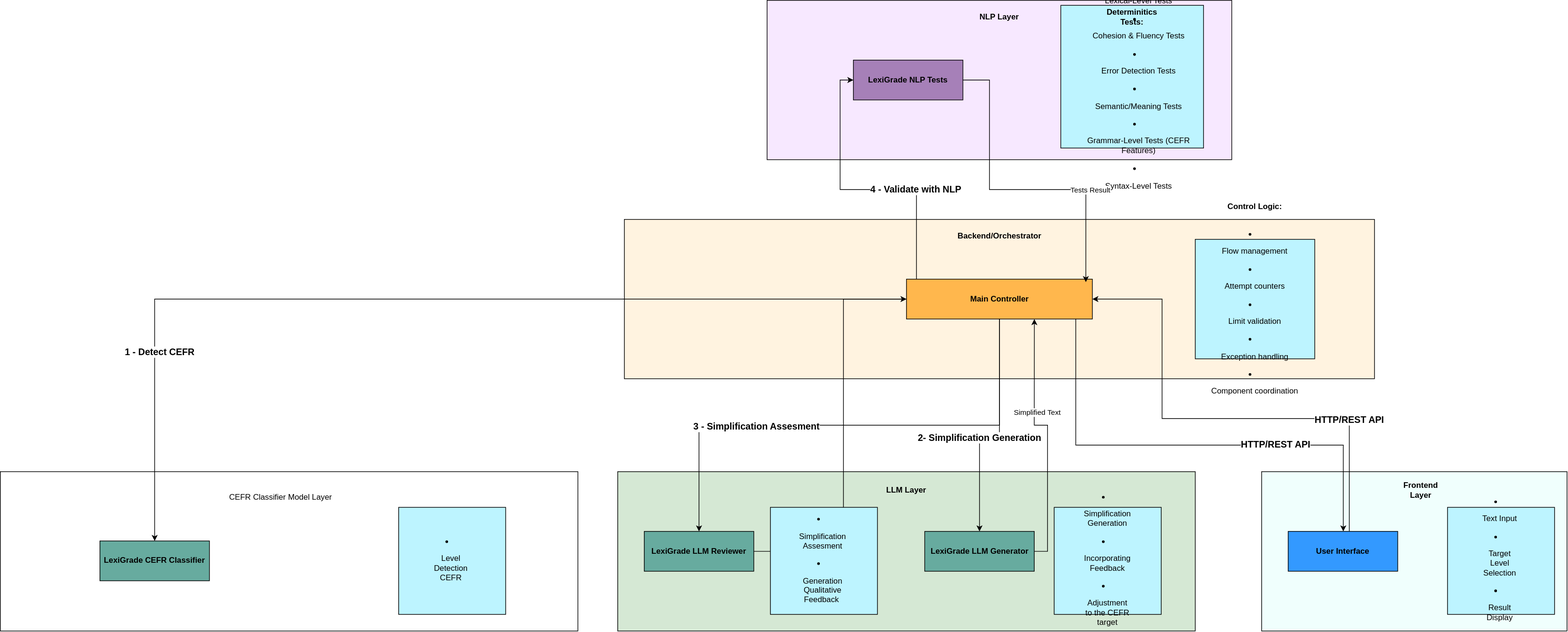
This is docs/architecture/lexigrade_components.drawio.svg from Lexi-Grade/lexigrade-app, a draw.io export, as it was before one commit. Source tidied: cells renumbered, new cells last; positions are measured from the earlier drawing's top-left corner, leaving out a move shared by most shapes.
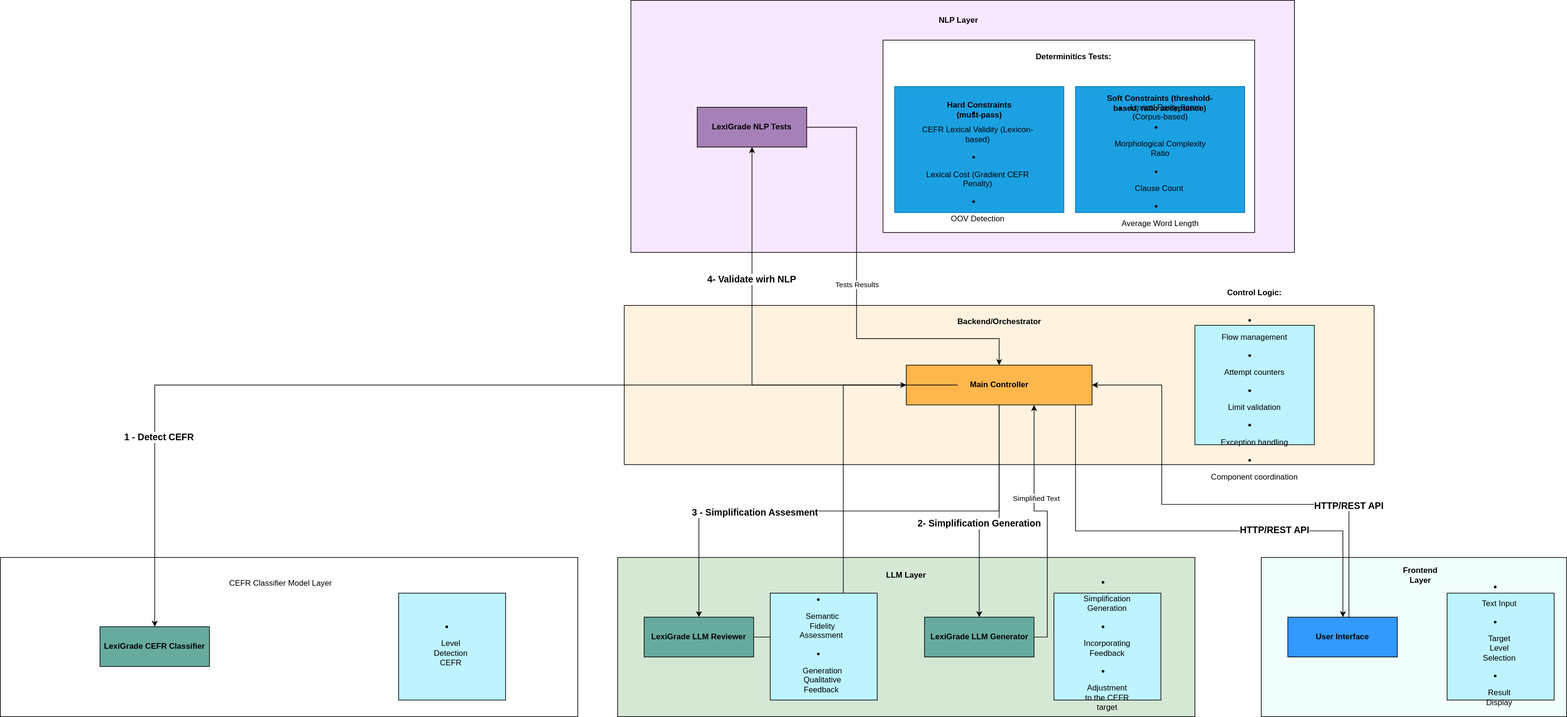
The same diagram one commit later.

Diff of the diagram source:
```diff
@@ -21,23 +21,26 @@
       <mxGeometry x="1442.5" y="435" width="125" height="30" as="geometry" />
     </mxCell>
     <mxCell id="8" style="rounded=0;whiteSpace=wrap;html=1;fillColor=#F7E8FF;" parent="1" vertex="1">
-      <mxGeometry x="1155" width="700" height="240" as="geometry" />
+      <mxGeometry x="950" y="-130" width="1000" height="380" as="geometry" />
     </mxCell>
     <mxCell id="9" value="&lt;b&gt;NLP Layer&lt;/b&gt;" style="text;html=1;whiteSpace=wrap;strokeColor=none;fillColor=none;align=center;verticalAlign=middle;rounded=0;" parent="1" vertex="1">
-      <mxGeometry x="1470" y="10" width="70" height="30" as="geometry" />
+      <mxGeometry x="1300" y="-120" width="287.5" height="40" as="geometry" />
     </mxCell>
+    <mxCell id="36" style="edgeStyle=orthogonalEdgeStyle;rounded=0;jettySize=auto;html=1;entryX=0.5;entryY=0;entryDx=0;entryDy=0;" parent="1" edge="1" source="10" target="6">
+      <mxGeometry relative="1" as="geometry">
+        <Array as="points">
+          <mxPoint x="1290" y="61" />
+          <mxPoint x="1290" y="380" />
+          <mxPoint x="1505" y="380" />
+        </Array>
+      </mxGeometry>
+    </mxCell>
+    <mxCell id="49" value="Tests Results" style="edgeLabel;html=1;align=center;verticalAlign=middle;" parent="36" vertex="1">
+      <mxGeometry x="-0.04" relative="1" as="geometry" />
+    </mxCell>
     <mxCell id="10" value="&lt;b&gt;LexiGrade NLP Tests&lt;/b&gt;" style="rounded=0;whiteSpace=wrap;html=1;fillColor=#A680B8;" parent="1" vertex="1">
-      <mxGeometry x="1285" y="90" width="165" height="60" as="geometry" />
+      <mxGeometry x="1050" y="31.2" width="165" height="60" as="geometry" />
     </mxCell>
-    <mxCell id="11" style="whiteSpace=wrap;html=1;fillColor=#BDF4FF;" parent="1" vertex="1">
-      <mxGeometry x="1597.5" y="7.5" width="215" height="215" as="geometry" />
-    </mxCell>
-    <mxCell id="12" value="&lt;b&gt;Determinitics Tests:&lt;/b&gt;" style="text;html=1;whiteSpace=wrap;strokeColor=none;fillColor=none;align=center;verticalAlign=middle;rounded=0;" parent="1" vertex="1">
-      <mxGeometry x="1675" y="10" width="60" height="30" as="geometry" />
-    </mxCell>
-    <mxCell id="13" value="&lt;li&gt;&lt;p&gt;Lexical-Level Tests&lt;/p&gt;&lt;/li&gt;&lt;li&gt;&lt;p&gt;&lt;span style=&quot;background-color: transparent; color: light-dark(rgb(0, 0, 0), rgb(255, 255, 255));&quot;&gt;Cohesion &amp;amp; Fluency Tests&lt;/span&gt;&lt;/p&gt;&lt;/li&gt;&lt;li&gt;&lt;p&gt;&lt;span style=&quot;background-color: transparent; color: light-dark(rgb(0, 0, 0), rgb(255, 255, 255));&quot;&gt;Error Detection Tests&lt;/span&gt;&lt;/p&gt;&lt;/li&gt;&lt;li&gt;&lt;p&gt;&lt;span style=&quot;background-color: transparent; color: light-dark(rgb(0, 0, 0), rgb(255, 255, 255));&quot;&gt;Semantic/Meaning Tests&lt;/span&gt;&lt;/p&gt;&lt;/li&gt;&lt;li&gt;&lt;p&gt;&lt;span style=&quot;background-color: transparent; color: light-dark(rgb(0, 0, 0), rgb(255, 255, 255));&quot;&gt;Grammar-Level Tests (CEFR Features)&lt;/span&gt;&lt;/p&gt;&lt;/li&gt;&lt;li&gt;&lt;p&gt;&lt;span style=&quot;background-color: transparent; color: light-dark(rgb(0, 0, 0), rgb(255, 255, 255));&quot;&gt;Syntax-Level Tests&lt;/span&gt;&lt;/p&gt;&lt;/li&gt;" style="text;html=1;whiteSpace=wrap;strokeColor=none;fillColor=none;align=center;verticalAlign=middle;rounded=0;" parent="1" vertex="1">
-      <mxGeometry x="1615" y="48.8" width="200" height="167.5" as="geometry" />
-    </mxCell>
     <mxCell id="14" style="rounded=0;whiteSpace=wrap;html=1;fillColor=#D5E8D4;" parent="1" vertex="1">
       <mxGeometry x="930" y="710" width="870" height="240" as="geometry" />
     </mxCell>
@@ -61,7 +64,7 @@
     <mxCell id="19" style="whiteSpace=wrap;html=1;fillColor=#BDF4FF;" parent="1" vertex="1">
       <mxGeometry x="1160" y="763.8" width="161.2" height="161.2" as="geometry" />
     </mxCell>
-    <mxCell id="20" value="&lt;li&gt;&lt;p&gt;&lt;span style=&quot;background-color: transparent; color: light-dark(rgb(0, 0, 0), rgb(255, 255, 255));&quot;&gt;Simplification Assesment&lt;/span&gt;&lt;/p&gt;&lt;/li&gt;&lt;li&gt;&lt;p&gt;Generation Qualitative Feedback&amp;nbsp;&lt;/p&gt;&lt;/li&gt;" style="text;html=1;whiteSpace=wrap;strokeColor=none;fillColor=none;align=center;verticalAlign=middle;rounded=0;" parent="1" vertex="1">
+    <mxCell id="20" value="&lt;li&gt;&lt;p&gt;Semantic Fidelity Assessment&amp;nbsp;&lt;/p&gt;&lt;/li&gt;&lt;li&gt;&lt;p&gt;Generation Qualitative Feedback&amp;nbsp;&lt;/p&gt;&lt;/li&gt;" style="text;html=1;whiteSpace=wrap;strokeColor=none;fillColor=none;align=center;verticalAlign=middle;rounded=0;" parent="1" vertex="1">
       <mxGeometry x="1208.8" y="832.5" width="60" height="30" as="geometry" />
     </mxCell>
     <mxCell id="21" style="whiteSpace=wrap;html=1;fillColor=#BDF4FF;" parent="1" vertex="1">
@@ -118,32 +121,6 @@
     <mxCell id="33" value="Simplified Text" style="edgeLabel;html=1;align=center;verticalAlign=middle;" parent="32" vertex="1">
       <mxGeometry x="0.28" y="-3" relative="1" as="geometry" />
     </mxCell>
-    <mxCell id="34" style="edgeStyle=orthogonalEdgeStyle;rounded=0;jettySize=auto;html=1;entryX=0;entryY=0.5;entryDx=0;entryDy=0;" parent="1" edge="1" source="6" target="10">
-      <mxGeometry relative="1" as="geometry">
-        <Array as="points">
-          <mxPoint x="1380" y="285" />
-          <mxPoint x="1265" y="285" />
-          <mxPoint x="1265" y="120" />
-        </Array>
-      </mxGeometry>
-    </mxCell>
-    <mxCell id="35" value="&lt;b&gt;&lt;font style=&quot;font-size: 14px;&quot;&gt;4 - Validate with NLP&lt;/font&gt;&lt;/b&gt;" style="edgeLabel;html=1;align=center;verticalAlign=middle;" parent="34" vertex="1">
-      <mxGeometry x="-0.37" y="-1" relative="1" as="geometry" />
-    </mxCell>
-    <mxCell id="36" style="edgeStyle=orthogonalEdgeStyle;rounded=0;jettySize=auto;html=1;entryX=0.965;entryY=0.074;entryDx=0;entryDy=0;entryPerimeter=0;" parent="1" edge="1" source="10" target="6">
-      <mxGeometry relative="1" as="geometry">
-        <Array as="points">
-          <mxPoint x="1490" y="120" />
-          <mxPoint x="1490" y="285" />
-          <mxPoint x="1635" y="285" />
-        </Array>
-      </mxGeometry>
-    </mxCell>
-    <mxCell id="37" value="Tests Result" style="edgeLabel;html=1;align=center;verticalAlign=middle;" parent="36" vertex="1">
-      <mxGeometry x="0.43" y="4" relative="1" as="geometry">
-        <mxPoint x="1" as="offset" />
-      </mxGeometry>
-    </mxCell>
     <mxCell id="38" style="edgeStyle=orthogonalEdgeStyle;rounded=0;jettySize=auto;html=1;" parent="1" edge="1" source="6" target="26">
       <mxGeometry relative="1" as="geometry">
         <Array as="points">
@@ -184,5 +161,35 @@
     <mxCell id="48" value="&lt;li&gt;&lt;p&gt;Level Detection CEFR&lt;/p&gt;&lt;/li&gt;" style="text;html=1;whiteSpace=wrap;strokeColor=none;fillColor=none;align=center;verticalAlign=middle;rounded=0;" parent="1" vertex="1">
       <mxGeometry x="648.8" y="832.5" width="60" height="30" as="geometry" />
     </mxCell>
+    <mxCell id="50" style="rounded=0;whiteSpace=wrap;html=1;" parent="1" vertex="1">
+      <mxGeometry x="1330" y="-70" width="560" height="290" as="geometry" />
+    </mxCell>
+    <mxCell id="12" value="&lt;b&gt;Determinitics Tests:&lt;/b&gt;" style="text;html=1;whiteSpace=wrap;strokeColor=none;fillColor=none;align=center;verticalAlign=middle;rounded=0;" parent="1" vertex="1">
+      <mxGeometry x="1535.6" y="-60" width="162.5" height="30" as="geometry" />
+    </mxCell>
+    <mxCell id="51" style="rounded=0;whiteSpace=wrap;html=1;fillColor=light-dark(#1BA1E2,#002E37);fontColor=#ffffff;strokeColor=#006EAF;" parent="1" vertex="1">
+      <mxGeometry x="1347.5" width="255" height="190" as="geometry" />
+    </mxCell>
+    <mxCell id="52" value="&lt;b&gt;Hard Constraints (must-pass)&lt;/b&gt;" style="text;html=1;whiteSpace=wrap;strokeColor=none;fillColor=none;align=center;verticalAlign=middle;rounded=0;" parent="1" vertex="1">
+      <mxGeometry x="1407.5" y="20" width="135" height="30" as="geometry" />
+    </mxCell>
+    <mxCell id="53" value="&lt;li&gt;&lt;p&gt;CEFR Lexical Validity (Lexicon-based)&lt;/p&gt;&lt;/li&gt;&lt;li&gt;&lt;p&gt;Lexical Cost (Gradient CEFR Penalty)&lt;/p&gt;&lt;/li&gt;&lt;li&gt;&lt;p&gt;OOV Detection&lt;/p&gt;&lt;/li&gt;" style="text;html=1;whiteSpace=wrap;strokeColor=none;fillColor=none;align=center;verticalAlign=middle;rounded=0;" parent="1" vertex="1">
+      <mxGeometry x="1387.5" y="110" width="170" height="30" as="geometry" />
+    </mxCell>
+    <mxCell id="54" style="rounded=0;whiteSpace=wrap;html=1;fillColor=light-dark(#1BA1E2,#002E37);fontColor=#ffffff;strokeColor=#006EAF;" parent="1" vertex="1">
+      <mxGeometry x="1620" width="255" height="190" as="geometry" />
+    </mxCell>
+    <mxCell id="55" value="&lt;b&gt;Soft Constraints (threshold-based, ratio acceptance)&lt;/b&gt;" style="text;html=1;whiteSpace=wrap;strokeColor=none;fillColor=none;align=center;verticalAlign=middle;rounded=0;" parent="1" vertex="1">
+      <mxGeometry x="1656.2" y="10" width="182.5" height="30" as="geometry" />
+    </mxCell>
+    <mxCell id="56" value="&lt;li&gt;&lt;span style=&quot;background-color: transparent; color: light-dark(rgb(0, 0, 0), rgb(255, 255, 255));&quot;&gt;Lexical Rarity Score (Corpus-based)&lt;/span&gt;&lt;/li&gt;&lt;li&gt;&lt;p&gt;Morphological Complexity Ratio&lt;/p&gt;&lt;/li&gt;&lt;li&gt;&lt;p&gt;Clause Count&amp;nbsp;&lt;/p&gt;&lt;/li&gt;&lt;li&gt;&lt;p&gt;Average Word Length&lt;/p&gt;&lt;/li&gt;" style="text;html=1;whiteSpace=wrap;strokeColor=none;fillColor=none;align=center;verticalAlign=middle;rounded=0;" parent="1" vertex="1">
+      <mxGeometry x="1662.5" y="110" width="170" height="30" as="geometry" />
+    </mxCell>
+    <mxCell id="57" style="edgeStyle=orthogonalEdgeStyle;rounded=0;jettySize=auto;html=1;" parent="1" edge="1" source="7" target="10">
+      <mxGeometry relative="1" as="geometry" />
+    </mxCell>
+    <mxCell id="58" value="&lt;b&gt;&lt;font style=&quot;font-size: 14px;&quot;&gt;4- Validate wirh NLP&amp;nbsp;&lt;/font&gt;&lt;/b&gt;" style="edgeLabel;html=1;align=center;verticalAlign=middle;" parent="57" vertex="1">
+      <mxGeometry x="0.4" y="-1" relative="1" as="geometry" />
+    </mxCell>
   </root>
 </mxGraphModel>
```
